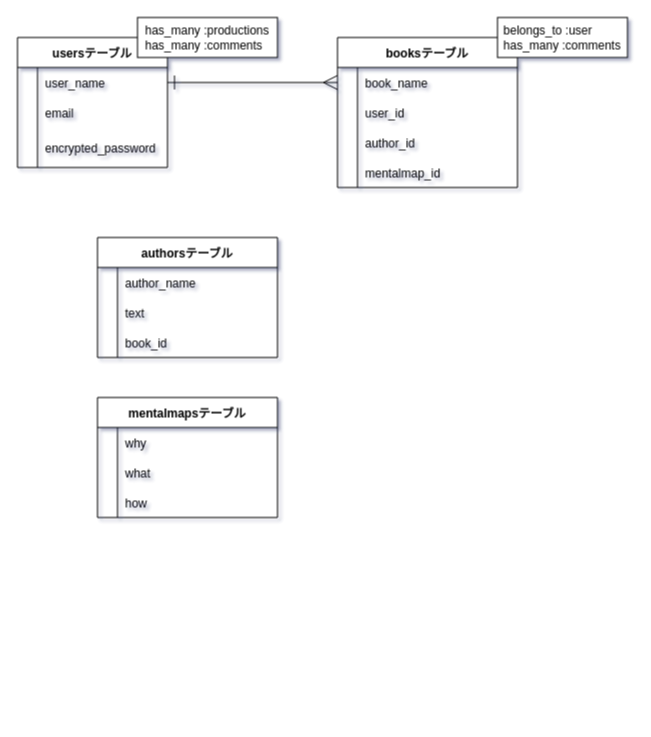
Above: ER.dio in SettingTom/read-tech (draw.io), before the change. Source tidied: cells renumbered, new cells numbered last; positions are measured from the earlier drawing's top-left corner, leaving out a move shared by most shapes. Both pictures are drawn from the tidied source at 100%, with x=0, y=0 at pixel (17, 17).
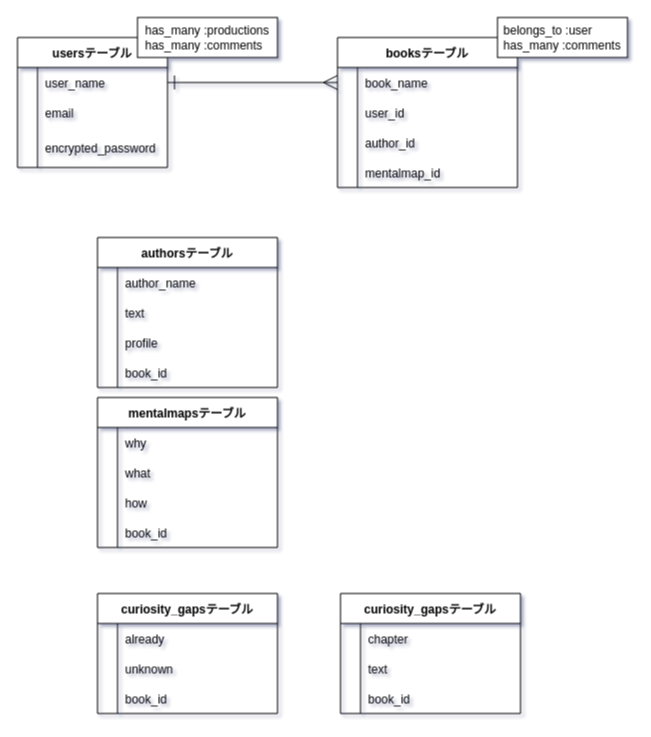
After the change.

Commit message:
ER図作成　途中

What changed in the source:
```diff
@@
     <mxCell id="29" value="authorsテーブル" style="shape=table;startSize=30;childLayout=tableLayout;rowLines=0;fontStyle=1;align=center;" parent="1" vertex="1">
-      <mxGeometry x="80" y="220" width="180" height="120" as="geometry" />
+      <mxGeometry x="80" y="220" width="180" height="150" as="geometry" />
     </mxCell>
@@
+    <mxCell id="49" style="shape=partialRectangle;fillColor=none;top=0;left=0;bottom=0;right=0;" parent="29" vertex="1">
+      <mxGeometry y="90" width="180" height="30" as="geometry" />
+    </mxCell>
+    <mxCell id="50" style="shape=partialRectangle;fillColor=none;top=0;left=0;bottom=0;right=0;overflow=hidden;" parent="49" vertex="1">
+      <mxGeometry width="20" height="30" as="geometry" />
+    </mxCell>
+    <mxCell id="51" value="profile" style="shape=partialRectangle;fillColor=none;top=0;left=0;bottom=0;right=0;align=left;spacingLeft=6;overflow=hidden;" parent="49" vertex="1">
+      <mxGeometry x="20" width="160" height="30" as="geometry" />
+    </mxCell>
     <mxCell id="36" style="shape=partialRectangle;fillColor=none;top=0;left=0;bottom=0;right=0;" parent="29" vertex="1">
-      <mxGeometry y="90" width="180" height="30" as="geometry" />
+      <mxGeometry y="120" width="180" height="30" as="geometry" />
     </mxCell>
@@
     <mxCell id="39" value="mentalmapsテーブル" style="shape=table;startSize=30;childLayout=tableLayout;rowLines=0;fontStyle=1;align=center;" parent="1" vertex="1">
-      <mxGeometry x="80" y="380" width="180" height="120" as="geometry" />
+      <mxGeometry x="80" y="380" width="180" height="150" as="geometry" />
     </mxCell>
@@
+    <mxCell id="52" style="shape=partialRectangle;fillColor=none;top=0;left=0;bottom=0;right=0;" parent="39" vertex="1">
+      <mxGeometry y="120" width="180" height="30" as="geometry" />
+    </mxCell>
+    <mxCell id="53" style="shape=partialRectangle;fillColor=none;top=0;left=0;bottom=0;right=0;overflow=hidden;" parent="52" vertex="1">
+      <mxGeometry width="20" height="30" as="geometry" />
+    </mxCell>
+    <mxCell id="54" value="book_id" style="shape=partialRectangle;fillColor=none;top=0;left=0;bottom=0;right=0;align=left;spacingLeft=6;overflow=hidden;" parent="52" vertex="1">
+      <mxGeometry x="20" width="160" height="30" as="geometry" />
+    </mxCell>
+    <mxCell id="55" value="curiosity_gapsテーブル" style="shape=table;startSize=30;childLayout=tableLayout;rowLines=0;fontStyle=1;align=center;" parent="1" vertex="1">
+      <mxGeometry x="80" y="576" width="180" height="120" as="geometry" />
+    </mxCell>
+    <mxCell id="56" style="shape=partialRectangle;fillColor=none;top=0;left=0;bottom=0;right=0;" parent="55" vertex="1">
+      <mxGeometry y="30" width="180" height="30" as="geometry" />
+    </mxCell>
+    <mxCell id="57" style="shape=partialRectangle;fillColor=none;top=0;left=0;bottom=0;right=0;overflow=hidden;" parent="56" vertex="1">
+      <mxGeometry width="20" height="30" as="geometry" />
+    </mxCell>
+    <mxCell id="58" value="already" style="shape=partialRectangle;fillColor=none;top=0;left=0;bottom=0;right=0;align=left;spacingLeft=6;overflow=hidden;labelBorderColor=none;" parent="56" vertex="1">
+      <mxGeometry x="20" width="160" height="30" as="geometry" />
+    </mxCell>
+    <mxCell id="59" style="shape=partialRectangle;fillColor=none;top=0;left=0;bottom=0;right=0;" parent="55" vertex="1">
+      <mxGeometry y="60" width="180" height="30" as="geometry" />
+    </mxCell>
+    <mxCell id="60" style="shape=partialRectangle;fillColor=none;top=0;left=0;bottom=0;right=0;overflow=hidden;" parent="59" vertex="1">
+      <mxGeometry width="20" height="30" as="geometry" />
+    </mxCell>
+    <mxCell id="61" value="unknown" style="shape=partialRectangle;fillColor=none;top=0;left=0;bottom=0;right=0;align=left;spacingLeft=6;overflow=hidden;" parent="59" vertex="1">
+      <mxGeometry x="20" width="160" height="30" as="geometry" />
+    </mxCell>
+    <mxCell id="62" style="shape=partialRectangle;fillColor=none;top=0;left=0;bottom=0;right=0;" parent="55" vertex="1">
+      <mxGeometry y="90" width="180" height="30" as="geometry" />
+    </mxCell>
+    <mxCell id="63" style="shape=partialRectangle;fillColor=none;top=0;left=0;bottom=0;right=0;overflow=hidden;" parent="62" vertex="1">
+      <mxGeometry width="20" height="30" as="geometry" />
+    </mxCell>
+    <mxCell id="64" value="book_id" style="shape=partialRectangle;fillColor=none;top=0;left=0;bottom=0;right=0;align=left;spacingLeft=6;overflow=hidden;" parent="62" vertex="1">
+      <mxGeometry x="20" width="160" height="30" as="geometry" />
+    </mxCell>
+    <mxCell id="65" value="curiosity_gapsテーブル" style="shape=table;startSize=30;childLayout=tableLayout;rowLines=0;fontStyle=1;align=center;" parent="1" vertex="1">
+      <mxGeometry x="323" y="576" width="180" height="120" as="geometry" />
+    </mxCell>
+    <mxCell id="66" style="shape=partialRectangle;fillColor=none;top=0;left=0;bottom=0;right=0;" parent="65" vertex="1">
+      <mxGeometry y="30" width="180" height="30" as="geometry" />
+    </mxCell>
+    <mxCell id="67" style="shape=partialRectangle;fillColor=none;top=0;left=0;bottom=0;right=0;overflow=hidden;" parent="66" vertex="1">
+      <mxGeometry width="20" height="30" as="geometry" />
+    </mxCell>
+    <mxCell id="68" value="chapter" style="shape=partialRectangle;fillColor=none;top=0;left=0;bottom=0;right=0;align=left;spacingLeft=6;overflow=hidden;labelBorderColor=none;" parent="66" vertex="1">
+      <mxGeometry x="20" width="160" height="30" as="geometry" />
+    </mxCell>
+    <mxCell id="69" style="shape=partialRectangle;fillColor=none;top=0;left=0;bottom=0;right=0;" parent="65" vertex="1">
+      <mxGeometry y="60" width="180" height="30" as="geometry" />
+    </mxCell>
+    <mxCell id="70" style="shape=partialRectangle;fillColor=none;top=0;left=0;bottom=0;right=0;overflow=hidden;" parent="69" vertex="1">
+      <mxGeometry width="20" height="30" as="geometry" />
+    </mxCell>
+    <mxCell id="71" value="text" style="shape=partialRectangle;fillColor=none;top=0;left=0;bottom=0;right=0;align=left;spacingLeft=6;overflow=hidden;" parent="69" vertex="1">
+      <mxGeometry x="20" width="160" height="30" as="geometry" />
+    </mxCell>
+    <mxCell id="72" style="shape=partialRectangle;fillColor=none;top=0;left=0;bottom=0;right=0;" parent="65" vertex="1">
+      <mxGeometry y="90" width="180" height="30" as="geometry" />
+    </mxCell>
+    <mxCell id="73" style="shape=partialRectangle;fillColor=none;top=0;left=0;bottom=0;right=0;overflow=hidden;" parent="72" vertex="1">
+      <mxGeometry width="20" height="30" as="geometry" />
+    </mxCell>
+    <mxCell id="74" value="book_id" style="shape=partialRectangle;fillColor=none;top=0;left=0;bottom=0;right=0;align=left;spacingLeft=6;overflow=hidden;" parent="72" vertex="1">
+      <mxGeometry x="20" width="160" height="30" as="geometry" />
+    </mxCell>
```
